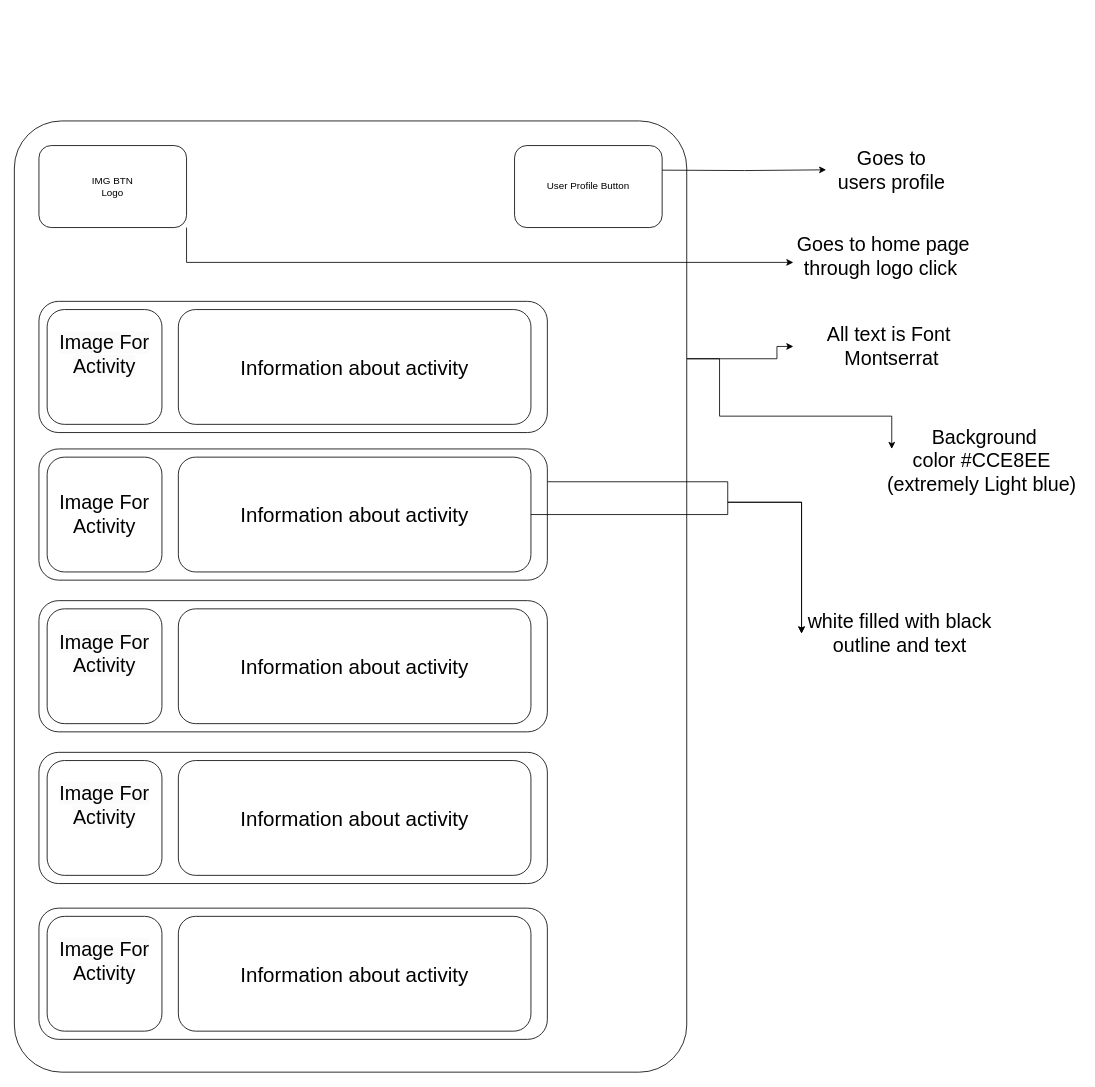
BarryHennett/ISCG7424_MobileAssignment keeps this draw.io diagram as Wireframes/BrowseEverythingPage.drawio. Above is the earlier version. Source tidied: cells renumbered, new cells numbered last; positions are measured from the earlier drawing's top-left corner, leaving out a move shared by most shapes. Both pictures are drawn from the tidied source at 82%, with x=0, y=0 at pixel (14, 121).
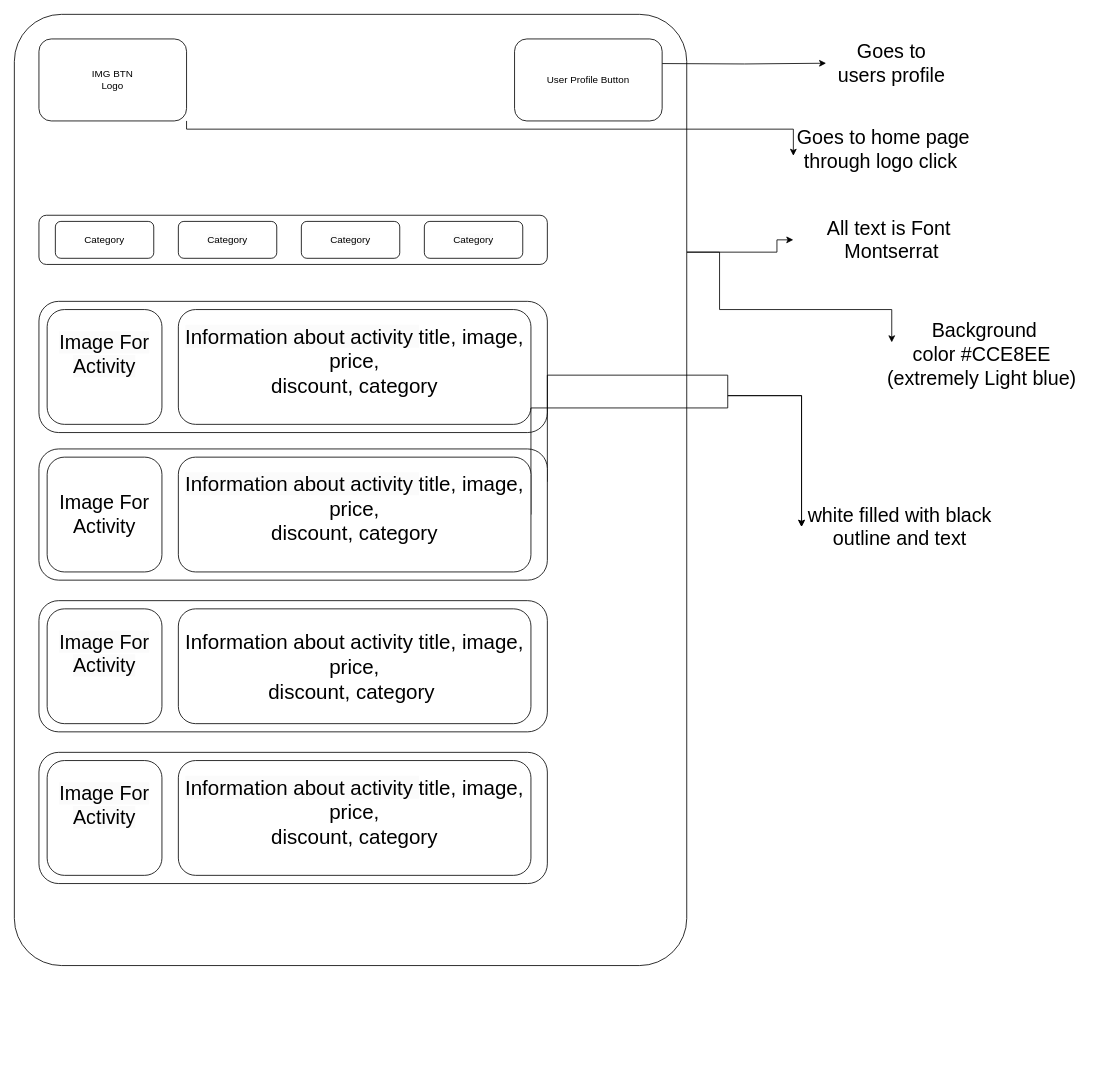
Above is the later version.

The change refers to these unchanged cells:
```xml
<mxCell id="8" style="rounded=1;whiteSpace=wrap;html=1;" parent="1" vertex="1">
  <mxGeometry x="30" y="400" width="620" height="160" as="geometry" />
</mxCell>
```

What changed in the source:
```diff
@@
     <mxCell id="2" style="edgeStyle=orthogonalEdgeStyle;rounded=0;jettySize=auto;html=1;exitX=1;exitY=0.25;exitDx=0;exitDy=0;entryX=0;entryY=0.5;entryDx=0;entryDy=0;" parent="1" edge="1" source="4" target="17">
       <mxGeometry relative="1" as="geometry">
         <Array as="points">
-          <mxPoint x="930" y="290" />
-          <mxPoint x="930" y="275" />
+          <mxPoint x="930" y="160" />
+          <mxPoint x="930" y="145" />
         </Array>
       </mxGeometry>
     </mxCell>
     <mxCell id="3" style="edgeStyle=orthogonalEdgeStyle;rounded=0;jettySize=auto;html=1;exitX=1;exitY=0.25;exitDx=0;exitDy=0;" parent="1" edge="1" source="4" target="18">
       <mxGeometry relative="1" as="geometry">
         <Array as="points">
-          <mxPoint x="860" y="290" />
-          <mxPoint x="860" y="360" />
-          <mxPoint x="1070" y="360" />
+          <mxPoint x="860" y="160" />
+          <mxPoint x="860" y="230" />
+          <mxPoint x="1070" y="230" />
         </Array>
       </mxGeometry>
     </mxCell>
     <mxCell id="4" style="rounded=1;whiteSpace=wrap;html=1;arcSize=7;" parent="1" vertex="1">
-      <mxGeometry width="820" height="1160" as="geometry" />
+      <mxGeometry y="-130" width="820" height="1160" as="geometry" />
     </mxCell>
@@
-    <mxCell id="6" value="&lt;font style=&quot;font-size: 25px;&quot;&gt;Information about activity&lt;/font&gt;" style="rounded=1;whiteSpace=wrap;html=1;" parent="1" vertex="1">
+    <mxCell id="6" value="&#10;&lt;span style=&quot;color: rgb(0, 0, 0); font-family: Helvetica; font-size: 25px; font-style: normal; font-variant-ligatures: normal; font-variant-caps: normal; font-weight: 400; letter-spacing: normal; orphans: 2; text-align: center; text-indent: 0px; text-transform: none; widows: 2; word-spacing: 0px; -webkit-text-stroke-width: 0px; white-space: normal; background-color: rgb(251, 251, 251); text-decoration-thickness: initial; text-decoration-style: initial; text-decoration-color: initial; display: inline !important; float: none;&quot;&gt;Information about activity&amp;nbsp;&lt;/span&gt;&lt;span style=&quot;color: rgb(0, 0, 0); font-family: Helvetica; font-size: 25px; font-style: normal; font-variant-ligatures: normal; font-variant-caps: normal; font-weight: 400; letter-spacing: normal; orphans: 2; text-align: center; text-indent: 0px; text-transform: none; widows: 2; word-spacing: 0px; -webkit-text-stroke-width: 0px; white-space: normal; background-color: initial; text-decoration-thickness: initial; text-decoration-style: initial; text-decoration-color: initial;&quot;&gt;title, image, price,&lt;br&gt;&lt;/span&gt;&lt;span style=&quot;color: rgb(0, 0, 0); font-family: Helvetica; font-size: 25px; font-style: normal; font-variant-ligatures: normal; font-variant-caps: normal; font-weight: 400; letter-spacing: normal; orphans: 2; text-align: center; text-indent: 0px; text-transform: none; widows: 2; word-spacing: 0px; -webkit-text-stroke-width: 0px; white-space: normal; background-color: initial; text-decoration-thickness: initial; text-decoration-style: initial; text-decoration-color: initial;&quot;&gt;discount, category&lt;/span&gt;&#10;&#10;" style="rounded=1;whiteSpace=wrap;html=1;" parent="1" vertex="1">
       <mxGeometry x="200" y="230" width="430" height="140" as="geometry" />
     </mxCell>
     <mxCell id="7" style="edgeStyle=orthogonalEdgeStyle;rounded=0;jettySize=auto;html=1;exitX=1;exitY=0.25;exitDx=0;exitDy=0;entryX=0;entryY=0.5;entryDx=0;entryDy=0;" parent="1" edge="1" source="8" target="19">
       <mxGeometry relative="1" as="geometry">
         <Array as="points">
-          <mxPoint x="870" y="440" />
-          <mxPoint x="870" y="465" />
+          <mxPoint x="870" y="310" />
+          <mxPoint x="870" y="335" />
         </Array>
       </mxGeometry>
     </mxCell>
@@
     <mxCell id="9" style="edgeStyle=orthogonalEdgeStyle;rounded=0;jettySize=auto;html=1;exitX=1;exitY=0.5;exitDx=0;exitDy=0;entryX=0;entryY=0.5;entryDx=0;entryDy=0;" parent="1" edge="1" source="10" target="19">
       <mxGeometry relative="1" as="geometry">
         <Array as="points">
-          <mxPoint x="870" y="480" />
-          <mxPoint x="870" y="465" />
+          <mxPoint x="870" y="350" />
+          <mxPoint x="870" y="335" />
         </Array>
       </mxGeometry>
     </mxCell>
-    <mxCell id="10" value="&lt;font style=&quot;font-size: 25px;&quot;&gt;Information about activity&lt;/font&gt;" style="rounded=1;whiteSpace=wrap;html=1;" parent="1" vertex="1">
+    <mxCell id="10" value="&#10;&lt;span style=&quot;color: rgb(0, 0, 0); font-family: Helvetica; font-size: 25px; font-style: normal; font-variant-ligatures: normal; font-variant-caps: normal; font-weight: 400; letter-spacing: normal; orphans: 2; text-align: center; text-indent: 0px; text-transform: none; widows: 2; word-spacing: 0px; -webkit-text-stroke-width: 0px; white-space: normal; background-color: rgb(251, 251, 251); text-decoration-thickness: initial; text-decoration-style: initial; text-decoration-color: initial; display: inline !important; float: none;&quot;&gt;Information about activity&amp;nbsp;&lt;/span&gt;&lt;span style=&quot;color: rgb(0, 0, 0); font-family: Helvetica; font-size: 25px; font-style: normal; font-variant-ligatures: normal; font-variant-caps: normal; font-weight: 400; letter-spacing: normal; orphans: 2; text-align: center; text-indent: 0px; text-transform: none; widows: 2; word-spacing: 0px; -webkit-text-stroke-width: 0px; white-space: normal; background-color: initial; text-decoration-thickness: initial; text-decoration-style: initial; text-decoration-color: initial;&quot;&gt;title, image, price,&lt;br&gt;&lt;/span&gt;&lt;span style=&quot;color: rgb(0, 0, 0); font-family: Helvetica; font-size: 25px; font-style: normal; font-variant-ligatures: normal; font-variant-caps: normal; font-weight: 400; letter-spacing: normal; orphans: 2; text-align: center; text-indent: 0px; text-transform: none; widows: 2; word-spacing: 0px; -webkit-text-stroke-width: 0px; white-space: normal; background-color: initial; text-decoration-thickness: initial; text-decoration-style: initial; text-decoration-color: initial;&quot;&gt;discount, category&lt;/span&gt;&#10;&#10;" style="rounded=1;whiteSpace=wrap;html=1;" parent="1" vertex="1">
       <mxGeometry x="200" y="410" width="430" height="140" as="geometry" />
     </mxCell>
@@
-    <mxCell id="12" value="&lt;font style=&quot;font-size: 25px;&quot;&gt;Information about activity&lt;/font&gt;" style="rounded=1;whiteSpace=wrap;html=1;" parent="1" vertex="1">
+    <mxCell id="12" value="&lt;font style=&quot;&quot;&gt;&lt;span style=&quot;font-size: 25px;&quot;&gt;Information about activity&amp;nbsp;&lt;span style=&quot;background-color: initial;&quot;&gt;title, image, price,&lt;br&gt;&lt;/span&gt;&lt;span style=&quot;background-color: initial;&quot;&gt;discount, category&lt;/span&gt;&amp;nbsp;&lt;/span&gt;&lt;/font&gt;" style="rounded=1;whiteSpace=wrap;html=1;" parent="1" vertex="1">
       <mxGeometry x="200" y="595" width="430" height="140" as="geometry" />
     </mxCell>
@@
-    <mxCell id="14" value="&lt;font style=&quot;font-size: 25px;&quot;&gt;Information about activity&lt;/font&gt;" style="rounded=1;whiteSpace=wrap;html=1;" parent="1" vertex="1">
+    <mxCell id="14" value="&#10;&lt;span style=&quot;color: rgb(0, 0, 0); font-family: Helvetica; font-size: 25px; font-style: normal; font-variant-ligatures: normal; font-variant-caps: normal; font-weight: 400; letter-spacing: normal; orphans: 2; text-align: center; text-indent: 0px; text-transform: none; widows: 2; word-spacing: 0px; -webkit-text-stroke-width: 0px; white-space: normal; background-color: rgb(251, 251, 251); text-decoration-thickness: initial; text-decoration-style: initial; text-decoration-color: initial; display: inline !important; float: none;&quot;&gt;Information about activity&amp;nbsp;&lt;/span&gt;&lt;span style=&quot;color: rgb(0, 0, 0); font-family: Helvetica; font-size: 25px; font-style: normal; font-variant-ligatures: normal; font-variant-caps: normal; font-weight: 400; letter-spacing: normal; orphans: 2; text-align: center; text-indent: 0px; text-transform: none; widows: 2; word-spacing: 0px; -webkit-text-stroke-width: 0px; white-space: normal; background-color: initial; text-decoration-thickness: initial; text-decoration-style: initial; text-decoration-color: initial;&quot;&gt;title, image, price,&lt;br&gt;&lt;/span&gt;&lt;span style=&quot;color: rgb(0, 0, 0); font-family: Helvetica; font-size: 25px; font-style: normal; font-variant-ligatures: normal; font-variant-caps: normal; font-weight: 400; letter-spacing: normal; orphans: 2; text-align: center; text-indent: 0px; text-transform: none; widows: 2; word-spacing: 0px; -webkit-text-stroke-width: 0px; white-space: normal; background-color: initial; text-decoration-thickness: initial; text-decoration-style: initial; text-decoration-color: initial;&quot;&gt;discount, category&lt;/span&gt;&#10;&#10;" style="rounded=1;whiteSpace=wrap;html=1;" parent="1" vertex="1">
       <mxGeometry x="200" y="780" width="430" height="140" as="geometry" />
     </mxCell>
-    <mxCell id="15" style="rounded=1;whiteSpace=wrap;html=1;" parent="1" vertex="1">
-      <mxGeometry x="30" y="960" width="620" height="160" as="geometry" />
-    </mxCell>
-    <mxCell id="16" value="&lt;font style=&quot;font-size: 25px;&quot;&gt;Information about activity&lt;/font&gt;" style="rounded=1;whiteSpace=wrap;html=1;" parent="1" vertex="1">
-      <mxGeometry x="200" y="970" width="430" height="140" as="geometry" />
-    </mxCell>
     <mxCell id="17" value="&lt;font style=&quot;font-size: 24px;&quot;&gt;All text is Font&amp;nbsp;&lt;/font&gt;&lt;div&gt;&lt;font style=&quot;&quot;&gt;&lt;font style=&quot;font-size: 24px;&quot;&gt;Montserrat&lt;/font&gt;&lt;br&gt;&lt;/font&gt;&lt;/div&gt;" style="text;strokeColor=none;align=center;fillColor=none;html=1;verticalAlign=middle;whiteSpace=wrap;rounded=0;" parent="1" vertex="1">
-      <mxGeometry x="950" y="190" width="240" height="170" as="geometry" />
+      <mxGeometry x="950" y="60" width="240" height="170" as="geometry" />
     </mxCell>
     <mxCell id="18" value="&lt;font style=&quot;font-size: 24px;&quot;&gt;&amp;nbsp;Background color&amp;nbsp;#CCE8EE (extremely Light blue)&lt;/font&gt;" style="text;strokeColor=none;align=center;fillColor=none;html=1;verticalAlign=middle;whiteSpace=wrap;rounded=0;" parent="1" vertex="1">
-      <mxGeometry x="1060" y="400" width="240" height="30" as="geometry" />
+      <mxGeometry x="1060" y="270" width="240" height="30" as="geometry" />
     </mxCell>
     <mxCell id="19" value="&lt;font style=&quot;font-size: 24px;&quot;&gt;white filled with black outline and text&lt;/font&gt;" style="text;strokeColor=none;align=center;fillColor=none;html=1;verticalAlign=middle;whiteSpace=wrap;rounded=0;" parent="1" vertex="1">
-      <mxGeometry x="960" y="610" width="240" height="30" as="geometry" />
+      <mxGeometry x="960" y="480" width="240" height="30" as="geometry" />
     </mxCell>
     <mxCell id="20" style="edgeStyle=orthogonalEdgeStyle;rounded=0;orthogonalLoop=1;jettySize=auto;html=1;exitX=1;exitY=0.5;exitDx=0;exitDy=0;" parent="1" edge="1">
       <mxGeometry relative="1" as="geometry">
-        <mxPoint x="790" y="60" as="sourcePoint" />
-        <mxPoint x="990" y="59.6" as="targetPoint" />
+        <mxPoint x="790" y="-70" as="sourcePoint" />
+        <mxPoint x="990" y="-70.4" as="targetPoint" />
       </mxGeometry>
     </mxCell>
     <mxCell id="21" value="&lt;font style=&quot;font-size: 24px;&quot;&gt;Goes to home page through logo click&amp;nbsp;&lt;/font&gt;" style="text;html=1;align=center;verticalAlign=middle;whiteSpace=wrap;rounded=0;" parent="1" vertex="1">
-      <mxGeometry x="950" y="150" width="220" height="30" as="geometry" />
+      <mxGeometry x="950" y="20" width="220" height="30" as="geometry" />
     </mxCell>
     <mxCell id="22" value="&lt;font style=&quot;font-size: 24px;&quot;&gt;Goes to users profile&lt;/font&gt;" style="text;html=1;align=center;verticalAlign=middle;whiteSpace=wrap;rounded=0;" parent="1" vertex="1">
-      <mxGeometry x="1000" y="45" width="140" height="30" as="geometry" />
+      <mxGeometry x="1000" y="-85" width="140" height="30" as="geometry" />
     </mxCell>
     <mxCell id="23" style="edgeStyle=orthogonalEdgeStyle;rounded=0;jettySize=auto;html=1;exitX=1;exitY=1;exitDx=0;exitDy=0;entryX=0;entryY=0.75;entryDx=0;entryDy=0;" parent="1" edge="1" source="24" target="21">
-      <mxGeometry relative="1" as="geometry" />
+      <mxGeometry relative="1" as="geometry">
+        <Array as="points">
+          <mxPoint x="210" y="10" />
+          <mxPoint x="950" y="10" />
+        </Array>
+      </mxGeometry>
     </mxCell>
     <mxCell id="24" value="IMG BTN&lt;div&gt;Logo&lt;/div&gt;" style="rounded=1;whiteSpace=wrap;html=1;" parent="1" vertex="1">
-      <mxGeometry x="30" y="30" width="180" height="100" as="geometry" />
+      <mxGeometry x="30" y="-100" width="180" height="100" as="geometry" />
     </mxCell>
     <mxCell id="25" value="User Profile Button" style="rounded=1;whiteSpace=wrap;html=1;" parent="1" vertex="1">
-      <mxGeometry x="610" y="30" width="180" height="100" as="geometry" />
+      <mxGeometry x="610" y="-100" width="180" height="100" as="geometry" />
     </mxCell>
@@
-    <mxCell id="30" value="&#10;&lt;span style=&quot;color: rgb(0, 0, 0); font-family: Helvetica; font-size: 24px; font-style: normal; font-variant-ligatures: normal; font-variant-caps: normal; font-weight: 400; letter-spacing: normal; orphans: 2; text-align: center; text-indent: 0px; text-transform: none; widows: 2; word-spacing: 0px; -webkit-text-stroke-width: 0px; white-space: normal; background-color: rgb(251, 251, 251); text-decoration-thickness: initial; text-decoration-style: initial; text-decoration-color: initial; float: none; display: inline !important;&quot;&gt;Image For Activity&lt;/span&gt;&#10;&#10;" style="rounded=1;whiteSpace=wrap;html=1;fontSize=24;" parent="1" vertex="1">
-      <mxGeometry x="40" y="970" width="140" height="140" as="geometry" />
-    </mxCell>
+    <mxCell id="31" style="rounded=1;whiteSpace=wrap;html=1;" parent="1" vertex="1">
+      <mxGeometry x="30" y="115" width="620" height="60" as="geometry" />
+    </mxCell>
+    <mxCell id="32" value="Category" style="rounded=1;whiteSpace=wrap;html=1;" parent="1" vertex="1">
+      <mxGeometry x="50" y="122.5" width="120" height="45" as="geometry" />
+    </mxCell>
+    <mxCell id="33" value="&lt;span style=&quot;color: rgb(0, 0, 0); font-family: Helvetica; font-size: 12px; font-style: normal; font-variant-ligatures: normal; font-variant-caps: normal; font-weight: 400; letter-spacing: normal; orphans: 2; text-align: center; text-indent: 0px; text-transform: none; widows: 2; word-spacing: 0px; -webkit-text-stroke-width: 0px; white-space: normal; background-color: rgb(251, 251, 251); text-decoration-thickness: initial; text-decoration-style: initial; text-decoration-color: initial; display: inline !important; float: none;&quot;&gt;Category&lt;/span&gt;" style="rounded=1;whiteSpace=wrap;html=1;" parent="1" vertex="1">
+      <mxGeometry x="200" y="122.5" width="120" height="45" as="geometry" />
+    </mxCell>
+    <mxCell id="34" value="&lt;span style=&quot;color: rgb(0, 0, 0); font-family: Helvetica; font-size: 12px; font-style: normal; font-variant-ligatures: normal; font-variant-caps: normal; font-weight: 400; letter-spacing: normal; orphans: 2; text-align: center; text-indent: 0px; text-transform: none; widows: 2; word-spacing: 0px; -webkit-text-stroke-width: 0px; white-space: normal; background-color: rgb(251, 251, 251); text-decoration-thickness: initial; text-decoration-style: initial; text-decoration-color: initial; display: inline !important; float: none;&quot;&gt;Category&lt;/span&gt;" style="rounded=1;whiteSpace=wrap;html=1;" parent="1" vertex="1">
+      <mxGeometry x="350" y="122.5" width="120" height="45" as="geometry" />
+    </mxCell>
+    <mxCell id="35" value="&lt;span style=&quot;color: rgb(0, 0, 0); font-family: Helvetica; font-size: 12px; font-style: normal; font-variant-ligatures: normal; font-variant-caps: normal; font-weight: 400; letter-spacing: normal; orphans: 2; text-align: center; text-indent: 0px; text-transform: none; widows: 2; word-spacing: 0px; -webkit-text-stroke-width: 0px; white-space: normal; background-color: rgb(251, 251, 251); text-decoration-thickness: initial; text-decoration-style: initial; text-decoration-color: initial; display: inline !important; float: none;&quot;&gt;Category&lt;/span&gt;" style="rounded=1;whiteSpace=wrap;html=1;" parent="1" vertex="1">
+      <mxGeometry x="500" y="122.5" width="120" height="45" as="geometry" />
+    </mxCell>
```
